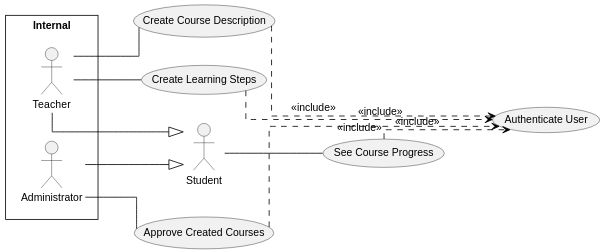
SEPCheesecakeFactory/SEP3 keeps this PlantUML diagram as out/Analysis/UseCaseDiagram/UseCaseDiagram.svg. Above is the earlier version. Its diagram source:
```plantuml
@startuml
!include .\astah-min.puml

scale 0.5
left to right direction

actor "Student" as s
package Internal {
    actor "Teacher" as t
    actor "Administrator" as a
}

t --|> s
a --|> s

usecase "See Course Progress" as UC1
usecase "Create Course Description" as UC2
usecase "Approve Created Courses" as UC3
usecase "Create Learning Steps" as UC4

usecase "Authenticate User" as auth

s -- UC1
t -- UC2
a -- UC3
t -- UC4

UC1 ..> auth : <<include>>
UC2 ..> auth : <<include>>
UC3 ..> auth : <<include>>
UC4 ..> auth : <<include>>
@enduml
```
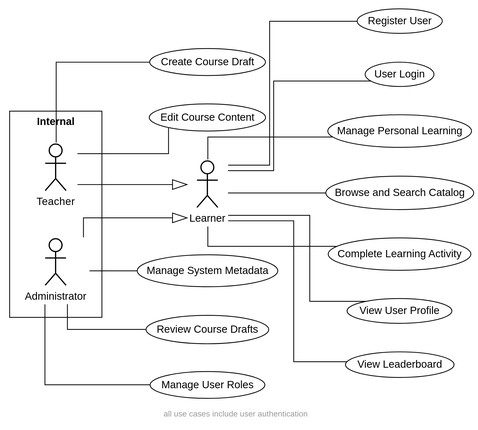
Above is the later version.

Diff of the diagram source:
```diff
@@ -1,10 +1,10 @@
 @startuml
-!include .\astah-min.puml
+!include https://raw.githubusercontent.com/fredoslav2004/MinimalThemePUML/refs/heads/main/minimal-theme.puml
 
-scale 0.5
+scale 2
 left to right direction
 
-actor "Student" as s
+actor "Learner" as s
 package Internal {
     actor "Teacher" as t
     actor "Administrator" as a
@@ -13,20 +13,31 @@
 t --|> s
 a --|> s
 
-usecase "See Course Progress" as UC1
-usecase "Create Course Description" as UC2
-usecase "Approve Created Courses" as UC3
-usecase "Create Learning Steps" as UC4
-
-usecase "Authenticate User" as auth
+usecase "Register User" as UC1
+usecase "User Login" as UC2
+usecase "Manage Personal Learning" as UC3
+usecase "Browse and Search Catalog" as UC4
+usecase "Complete Learning Activity" as UC5
+usecase "View User Profile" as UC6
+usecase "View Leaderboard" as UC7
+usecase "Create Course Draft" as UC8
+usecase "Edit Course Content" as UC9
+usecase "Manage System Metadata" as UC10
+usecase "Review Course Drafts" as UC11
+usecase "Manage User Roles" as UC12
 
 s -- UC1
-t -- UC2
-a -- UC3
-t -- UC4
+s -- UC2
+s -- UC3
+s -- UC4
+s -- UC5
+s -- UC6
+s -- UC7
+t -- UC8
+t -- UC9
+a -- UC10
+a-- UC11
+a -- UC12
 
-UC1 ..> auth : <<include>>
-UC2 ..> auth : <<include>>
-UC3 ..> auth : <<include>>
-UC4 ..> auth : <<include>>
+footer all use cases include user authentication
 @enduml
```
